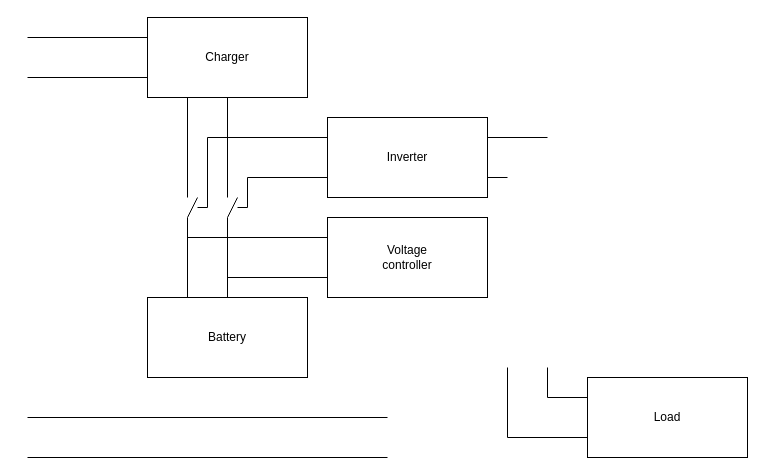
This is Діаграма без назви.drawio from jdayamx/VoltageController, a draw.io file, before an edit. Source tidied: cells renumbered, new cells numbered last; positions are measured from the earlier drawing's top-left corner, leaving out a move shared by most shapes. Both pictures are drawn from the tidied source at 100%, with x=0, y=0 at pixel (27, 17).
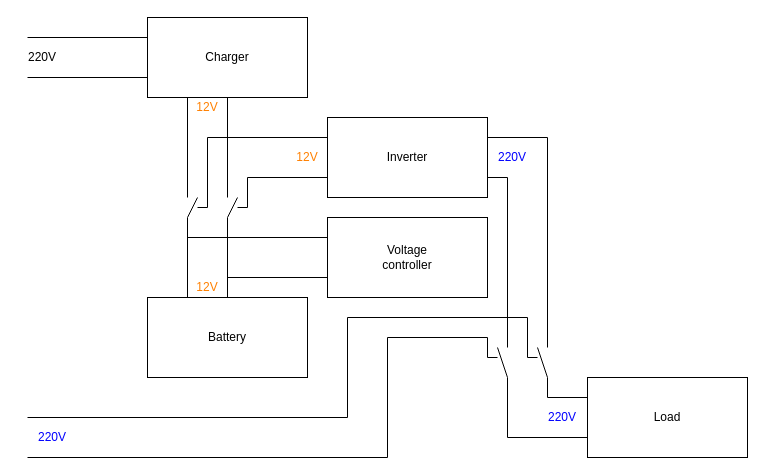
The same page after the edit.

Unchanged cells that the change refers to:
```xml
<mxCell id="3" value="Inverter" style="whiteSpace=wrap;html=1;align=center;" parent="1" vertex="1">
  <mxGeometry x="300" y="100" width="160" height="80" as="geometry" />
</mxCell>
<mxCell id="5" value="Load" style="whiteSpace=wrap;html=1;align=center;" parent="1" vertex="1">
  <mxGeometry x="560" y="360" width="160" height="80" as="geometry" />
</mxCell>
```

What changed in the source:
```diff
@@
     <mxCell id="17" style="endArrow=none;html=1;rounded=0;" parent="1" edge="1">
       <mxGeometry relative="1" as="geometry">
-        <mxPoint y="400" as="sourcePoint" />
-        <mxPoint x="360" y="400" as="targetPoint" />
+        <mxPoint y="440" as="sourcePoint" />
+        <mxPoint x="470" y="340" as="targetPoint" />
         <Array as="points">
-          <mxPoint x="360" y="400" />
+          <mxPoint x="360" y="440" />
+          <mxPoint x="360" y="320" />
+          <mxPoint x="460" y="320" />
+          <mxPoint x="460" y="340" />
         </Array>
       </mxGeometry>
     </mxCell>
     <mxCell id="18" style="endArrow=none;html=1;rounded=0;" parent="1" edge="1">
       <mxGeometry relative="1" as="geometry">
-        <mxPoint y="440" as="sourcePoint" />
-        <mxPoint x="360" y="440" as="targetPoint" />
+        <mxPoint y="400" as="sourcePoint" />
+        <mxPoint x="510" y="340" as="targetPoint" />
         <Array as="points">
-          <mxPoint x="360" y="440" />
+          <mxPoint x="320" y="400" />
+          <mxPoint x="320" y="300" />
+          <mxPoint x="500" y="300" />
+          <mxPoint x="500" y="340" />
         </Array>
       </mxGeometry>
     </mxCell>
@@
     <mxCell id="20" style="endArrow=none;html=1;rounded=0;entryX=0;entryY=0.25;entryDx=0;entryDy=0;" parent="1" edge="1" target="5">
       <mxGeometry relative="1" as="geometry">
-        <mxPoint x="520" y="350" as="sourcePoint" />
+        <mxPoint x="510" y="330" as="sourcePoint" />
         <Array as="points">
+          <mxPoint x="520" y="360" />
           <mxPoint x="520" y="380" />
         </Array>
       </mxGeometry>
     </mxCell>
     <mxCell id="21" style="endArrow=none;html=1;rounded=0;exitX=1;exitY=0.75;exitDx=0;exitDy=0;" parent="1" edge="1" source="3">
       <mxGeometry relative="1" as="geometry">
-        <mxPoint x="480" y="160" as="targetPoint" />
+        <mxPoint x="480" y="330" as="targetPoint" />
+        <Array as="points">
+          <mxPoint x="480" y="160" />
+        </Array>
       </mxGeometry>
     </mxCell>
     <mxCell id="22" style="endArrow=none;html=1;rounded=0;exitX=1;exitY=0.25;exitDx=0;exitDy=0;" parent="1" edge="1" source="3">
       <mxGeometry relative="1" as="geometry">
-        <mxPoint x="520" y="120" as="targetPoint" />
+        <mxPoint x="520" y="330" as="targetPoint" />
+        <Array as="points">
+          <mxPoint x="520" y="120" />
+        </Array>
       </mxGeometry>
     </mxCell>
     <mxCell id="23" style="endArrow=none;html=1;rounded=0;entryX=0;entryY=0.75;entryDx=0;entryDy=0;" parent="1" edge="1" target="5">
       <mxGeometry relative="1" as="geometry">
-        <mxPoint x="480" y="350" as="sourcePoint" />
+        <mxPoint x="470" y="330" as="sourcePoint" />
         <Array as="points">
+          <mxPoint x="480" y="360" />
           <mxPoint x="480" y="420" />
         </Array>
       </mxGeometry>
     </mxCell>
+    <mxCell id="24" value="&lt;font color=&quot;#0000ff&quot;&gt;220V&lt;/font&gt;" style="text;html=1;strokeColor=none;fillColor=none;align=center;verticalAlign=middle;whiteSpace=wrap;rounded=0;" parent="1" vertex="1">
+      <mxGeometry y="410" width="50" height="20" as="geometry" />
+    </mxCell>
+    <mxCell id="25" value="220V" style="text;html=1;strokeColor=none;fillColor=none;align=center;verticalAlign=middle;whiteSpace=wrap;rounded=0;" parent="1" vertex="1">
+      <mxGeometry x="-10" y="30" width="50" height="20" as="geometry" />
+    </mxCell>
+    <mxCell id="26" value="&lt;font color=&quot;#0000ff&quot;&gt;220V&lt;/font&gt;" style="text;html=1;strokeColor=none;fillColor=none;align=center;verticalAlign=middle;whiteSpace=wrap;rounded=0;" parent="1" vertex="1">
+      <mxGeometry x="460" y="130" width="50" height="20" as="geometry" />
+    </mxCell>
+    <mxCell id="27" value="&lt;font color=&quot;#0000ff&quot;&gt;220V&lt;/font&gt;" style="text;html=1;strokeColor=none;fillColor=none;align=center;verticalAlign=middle;whiteSpace=wrap;rounded=0;" parent="1" vertex="1">
+      <mxGeometry x="510" y="390" width="50" height="20" as="geometry" />
+    </mxCell>
+    <mxCell id="28" value="&lt;font color=&quot;#ff8000&quot;&gt;12V&lt;/font&gt;" style="text;html=1;strokeColor=none;fillColor=none;align=center;verticalAlign=middle;whiteSpace=wrap;rounded=0;" parent="1" vertex="1">
+      <mxGeometry x="160" y="80" width="40" height="20" as="geometry" />
+    </mxCell>
+    <mxCell id="29" value="&lt;font color=&quot;#ff8000&quot;&gt;12V&lt;/font&gt;" style="text;html=1;strokeColor=none;fillColor=none;align=center;verticalAlign=middle;whiteSpace=wrap;rounded=0;" parent="1" vertex="1">
+      <mxGeometry x="260" y="130" width="40" height="20" as="geometry" />
+    </mxCell>
+    <mxCell id="30" value="&lt;font color=&quot;#ff8000&quot;&gt;12V&lt;/font&gt;" style="text;html=1;strokeColor=none;fillColor=none;align=center;verticalAlign=middle;whiteSpace=wrap;rounded=0;" parent="1" vertex="1">
+      <mxGeometry x="160" y="260" width="40" height="20" as="geometry" />
+    </mxCell>
```
